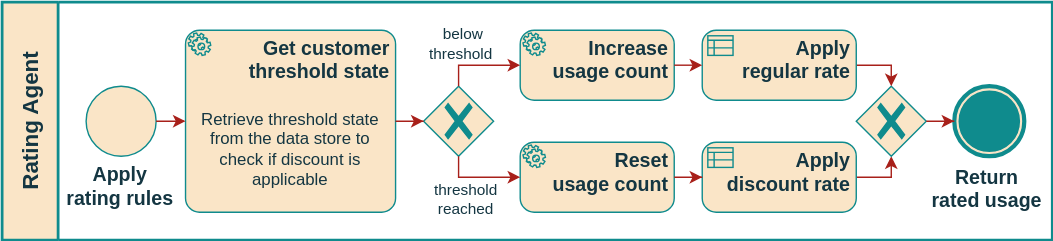
Before: src/USE-CASES/UC-03/bpmn.svg, a diagram exported from draw.io (distributed-it-for-telco/distributed-rating-doc). Source tidied: cells renumbered, new cells last; positions are measured from the earlier drawing's top-left corner, leaving out a move shared by most shapes. Its diagram source:
```xml
<mxGraphModel>
  <root>
    <mxCell id="0" />
    <mxCell id="1" parent="0" />
    <mxCell id="2" value="Rating Agent" style="swimlane;html=1;startSize=40;fontStyle=1;horizontal=0;swimlaneLine=1;swimlaneFillColor=#ffffff;strokeWidth=2;whiteSpace=wrap;fillColor=#FAE5C7;strokeColor=#0F8B8D;fontSize=16;fontColor=#143642;labelBackgroundColor=none;" parent="1" vertex="1">
      <mxGeometry width="750" height="170" as="geometry" />
    </mxCell>
    <mxCell id="3" value="Get customer&lt;br&gt;threshold&amp;nbsp;state" style="points=[[0.25,0,0],[0.5,0,0],[0.75,0,0],[1,0.25,0],[1,0.5,0],[1,0.75,0],[0.75,1,0],[0.5,1,0],[0.25,1,0],[0,0.75,0],[0,0.5,0],[0,0.25,0]];shape=mxgraph.bpmn.task;whiteSpace=wrap;rectStyle=rounded;size=10;html=1;taskMarker=service;strokeColor=#0F8B8D;align=right;verticalAlign=top;spacingRight=2;spacingTop=-2;spacing=2;fontFamily=Helvetica;fontSize=14;fontColor=#143642;fillColor=#FAE5C7;fontStyle=1;labelBackgroundColor=none;bpmnShapeType=task;" parent="2" vertex="1">
      <mxGeometry x="131" y="20" width="150" height="130" as="geometry" />
    </mxCell>
    <mxCell id="4" value="Retrieve&amp;nbsp;threshold&amp;nbsp;state&lt;br&gt;from the data store to&lt;br&gt;check if discount is applicable" style="text;align=center;verticalAlign=middle;strokeColor=none;fillColor=none;fontColor=#143642;labelPosition=center;verticalLabelPosition=middle;overflow=width;comic=0;html=1;whiteSpace=wrap;spacing=2;spacingLeft=0;perimeterSpacing=1;fixedWidth=1;backgroundOutline=0;enumerate=0;fixDash=0;labelPadding=0;noLabel=0;shadow=0;spacingBottom=0;labelBackgroundColor=none;" parent="3" vertex="1">
      <mxGeometry y="40" width="150" height="90" as="geometry" />
    </mxCell>
    <mxCell id="5" value="Increase&lt;br&gt;usage count" style="points=[[0.25,0,0],[0.5,0,0],[0.75,0,0],[1,0.25,0],[1,0.5,0],[1,0.75,0],[0.75,1,0],[0.5,1,0],[0.25,1,0],[0,0.75,0],[0,0.5,0],[0,0.25,0]];shape=mxgraph.bpmn.task;whiteSpace=wrap;rectStyle=rounded;size=10;html=1;taskMarker=service;strokeColor=#0F8B8D;align=right;verticalAlign=top;spacingRight=2;spacingTop=-2;spacing=2;fontFamily=Helvetica;fontSize=14;fontColor=#143642;fillColor=#FAE5C7;fontStyle=1;labelBackgroundColor=none;bpmnShapeType=task;" parent="2" vertex="1">
      <mxGeometry x="370" y="20" width="110" height="50" as="geometry" />
    </mxCell>
    <mxCell id="6" style="points=[[0.25,0.25,0],[0.5,0,0],[0.75,0.25,0],[1,0.5,0],[0.75,0.75,0],[0.5,1,0],[0.25,0.75,0],[0,0.5,0]];shape=mxgraph.bpmn.gateway2;html=1;verticalLabelPosition=bottom;labelBackgroundColor=none;verticalAlign=top;align=center;perimeter=rhombusPerimeter;outlineConnect=0;outline=none;symbol=none;gwType=exclusive;strokeColor=#0F8B8D;fontColor=#143642;fillColor=#FAE5C7;" parent="2" vertex="1">
      <mxGeometry x="301" y="60" width="50" height="50" as="geometry" />
    </mxCell>
    <mxCell id="7" value="Reset&lt;br&gt;usage count" style="points=[[0.25,0,0],[0.5,0,0],[0.75,0,0],[1,0.25,0],[1,0.5,0],[1,0.75,0],[0.75,1,0],[0.5,1,0],[0.25,1,0],[0,0.75,0],[0,0.5,0],[0,0.25,0]];shape=mxgraph.bpmn.task;whiteSpace=wrap;rectStyle=rounded;size=10;html=1;taskMarker=service;strokeColor=#0F8B8D;align=right;verticalAlign=top;spacingRight=2;spacingTop=-2;spacing=2;fontFamily=Helvetica;fontSize=14;fontColor=#143642;fillColor=#FAE5C7;fontStyle=1;labelBackgroundColor=none;bpmnShapeType=task;" parent="2" vertex="1">
      <mxGeometry x="370" y="100" width="110" height="50" as="geometry" />
    </mxCell>
    <mxCell id="8" style="edgeStyle=orthogonalEdgeStyle;rounded=0;jettySize=auto;html=1;strokeColor=#A8201A;fontColor=default;fillColor=#FAE5C7;exitX=1;exitY=0.5;exitDx=0;exitDy=0;exitPerimeter=0;entryX=0.5;entryY=1;entryDx=0;entryDy=0;entryPerimeter=0;labelBackgroundColor=none;" parent="2" edge="1" source="9" target="14">
      <mxGeometry relative="1" as="geometry" />
    </mxCell>
    <mxCell id="9" value="Apply&lt;br&gt;discount rate" style="points=[[0.25,0,0],[0.5,0,0],[0.75,0,0],[1,0.25,0],[1,0.5,0],[1,0.75,0],[0.75,1,0],[0.5,1,0],[0.25,1,0],[0,0.75,0],[0,0.5,0],[0,0.25,0]];shape=mxgraph.bpmn.task;whiteSpace=wrap;rectStyle=rounded;size=10;html=1;taskMarker=businessRule;strokeColor=#0F8B8D;align=right;verticalAlign=top;spacingRight=2;spacingTop=-2;spacing=2;fontFamily=Helvetica;fontSize=14;fontColor=#143642;fillColor=#FAE5C7;fontStyle=1;labelBackgroundColor=none;bpmnShapeType=task;" parent="2" vertex="1">
      <mxGeometry x="500" y="100" width="110" height="50" as="geometry" />
    </mxCell>
    <mxCell id="10" style="rounded=0;jettySize=auto;html=1;strokeColor=#A8201A;fontColor=default;fillColor=#FAE5C7;exitX=0.5;exitY=0;exitDx=0;exitDy=0;exitPerimeter=0;entryX=0;entryY=0.5;entryDx=0;entryDy=0;entryPerimeter=0;edgeStyle=orthogonalEdgeStyle;elbow=vertical;labelBackgroundColor=none;" parent="2" edge="1" source="6" target="5">
      <mxGeometry relative="1" as="geometry">
        <Array as="points">
          <mxPoint x="326" y="45" />
        </Array>
      </mxGeometry>
    </mxCell>
    <mxCell id="11" value="below&lt;br&gt;threshold&amp;nbsp;" style="edgeLabel;html=1;align=center;verticalAlign=middle;fontColor=#143642;labelBackgroundColor=none;" parent="10" vertex="1">
      <mxGeometry x="0.03" y="1" relative="1" as="geometry">
        <mxPoint x="-13" y="-15" as="offset" />
      </mxGeometry>
    </mxCell>
    <mxCell id="12" style="rounded=0;jettySize=auto;html=1;entryX=0;entryY=0.5;entryDx=0;entryDy=0;entryPerimeter=0;strokeColor=#A8201A;fontColor=default;fillColor=#FAE5C7;labelBackgroundColor=none;exitX=0.5;exitY=1;exitDx=0;exitDy=0;exitPerimeter=0;edgeStyle=orthogonalEdgeStyle;" parent="2" edge="1" source="6" target="7">
      <mxGeometry relative="1" as="geometry">
        <Array as="points">
          <mxPoint x="326" y="125" />
        </Array>
      </mxGeometry>
    </mxCell>
    <mxCell id="13" value="threshold&lt;br&gt;reached" style="edgeLabel;html=1;align=center;verticalAlign=middle;fontColor=#143642;labelBackgroundColor=none;" parent="12" vertex="1">
      <mxGeometry x="0.31" y="1" relative="1" as="geometry">
        <mxPoint x="-20" y="16" as="offset" />
      </mxGeometry>
    </mxCell>
    <mxCell id="14" style="points=[[0.25,0.25,0],[0.5,0,0],[0.75,0.25,0],[1,0.5,0],[0.75,0.75,0],[0.5,1,0],[0.25,0.75,0],[0,0.5,0]];shape=mxgraph.bpmn.gateway2;html=1;verticalLabelPosition=bottom;labelBackgroundColor=none;verticalAlign=top;align=center;perimeter=rhombusPerimeter;outlineConnect=0;outline=standard;symbol=general;gwType=exclusive;strokeColor=#0F8B8D;fontColor=#143642;fillColor=#FAE5C7;" parent="2" vertex="1">
      <mxGeometry x="610" y="60" width="50" height="50" as="geometry" />
    </mxCell>
    <mxCell id="15" style="edgeStyle=orthogonalEdgeStyle;rounded=0;jettySize=auto;html=1;entryX=0.5;entryY=0;entryDx=0;entryDy=0;entryPerimeter=0;strokeColor=#A8201A;fontColor=default;fillColor=#FAE5C7;exitX=1;exitY=0.5;exitDx=0;exitDy=0;exitPerimeter=0;labelBackgroundColor=none;" parent="2" edge="1" source="22" target="14">
      <mxGeometry relative="1" as="geometry" />
    </mxCell>
    <mxCell id="16" value="&lt;div style=&quot;&quot;&gt;Apply&lt;br&gt;rating rules&lt;/div&gt;" style="points=[[0.145,0.145,0],[0.5,0,0],[0.855,0.145,0],[1,0.5,0],[0.855,0.855,0],[0.5,1,0],[0.145,0.855,0],[0,0.5,0]];shape=mxgraph.bpmn.event;html=1;verticalLabelPosition=bottom;labelBackgroundColor=none;verticalAlign=top;align=center;perimeter=ellipsePerimeter;outlineConnect=0;outline=eventInt;symbol=general;strokeColor=#0F8B8D;spacingRight=2;spacingTop=-2;spacing=2;fontFamily=Helvetica;fontSize=14;fontColor=#143642;fillColor=#FAE5C7;fontStyle=1;" parent="2" vertex="1">
      <mxGeometry x="60" y="60" width="50" height="50" as="geometry" />
    </mxCell>
    <mxCell id="17" value="Return&lt;br&gt;rated usage" style="points=[[0.145,0.145,0],[0.5,0,0],[0.855,0.145,0],[1,0.5,0],[0.855,0.855,0],[0.5,1,0],[0.145,0.855,0],[0,0.5,0]];shape=mxgraph.bpmn.event;html=1;verticalLabelPosition=bottom;labelBackgroundColor=none;verticalAlign=top;align=center;perimeter=ellipsePerimeter;outlineConnect=0;outline=end;symbol=terminate;strokeColor=#0F8B8D;spacingRight=4;spacingTop=0;spacing=2;fontFamily=Helvetica;fontSize=14;fontColor=#143642;fillColor=#FAE5C7;fontStyle=1;labelPosition=center;spacingLeft=0;" parent="2" vertex="1">
      <mxGeometry x="680" y="60" width="50" height="50" as="geometry" />
    </mxCell>
    <mxCell id="18" style="edgeStyle=orthogonalEdgeStyle;rounded=0;jettySize=auto;html=1;entryX=0;entryY=0.5;entryDx=0;entryDy=0;entryPerimeter=0;labelBackgroundColor=none;strokeColor=#A8201A;fontColor=default;" parent="2" edge="1" source="16" target="3">
      <mxGeometry relative="1" as="geometry" />
    </mxCell>
    <mxCell id="19" style="edgeStyle=orthogonalEdgeStyle;rounded=0;jettySize=auto;html=1;entryX=0;entryY=0.5;entryDx=0;entryDy=0;entryPerimeter=0;strokeColor=#A8201A;fontColor=#143642;fillColor=#FAE5C7;" parent="2" edge="1" source="14" target="17">
      <mxGeometry relative="1" as="geometry" />
    </mxCell>
    <mxCell id="20" style="edgeStyle=orthogonalEdgeStyle;rounded=0;jettySize=auto;html=1;entryX=0;entryY=0.5;entryDx=0;entryDy=0;entryPerimeter=0;strokeColor=#A8201A;fontColor=#143642;fillColor=#FAE5C7;" parent="2" edge="1" source="3" target="6">
      <mxGeometry relative="1" as="geometry" />
    </mxCell>
    <mxCell id="21" style="edgeStyle=orthogonalEdgeStyle;rounded=0;jettySize=auto;html=1;entryX=0;entryY=0.5;entryDx=0;entryDy=0;entryPerimeter=0;strokeColor=#A8201A;fontColor=#143642;fillColor=#FAE5C7;" parent="2" edge="1" source="7" target="9">
      <mxGeometry relative="1" as="geometry" />
    </mxCell>
    <mxCell id="22" value="Apply&lt;br&gt;regular rate" style="points=[[0.25,0,0],[0.5,0,0],[0.75,0,0],[1,0.25,0],[1,0.5,0],[1,0.75,0],[0.75,1,0],[0.5,1,0],[0.25,1,0],[0,0.75,0],[0,0.5,0],[0,0.25,0]];shape=mxgraph.bpmn.task;whiteSpace=wrap;rectStyle=rounded;size=10;html=1;taskMarker=businessRule;strokeColor=#0F8B8D;align=right;verticalAlign=top;spacingRight=2;spacingTop=-2;spacing=2;fontFamily=Helvetica;fontSize=14;fontColor=#143642;fillColor=#FAE5C7;fontStyle=1;labelBackgroundColor=none;bpmnShapeType=task;" parent="2" vertex="1">
      <mxGeometry x="500" y="20" width="110" height="50" as="geometry" />
    </mxCell>
    <mxCell id="23" style="edgeStyle=orthogonalEdgeStyle;rounded=0;jettySize=auto;html=1;entryX=0;entryY=0.5;entryDx=0;entryDy=0;entryPerimeter=0;strokeColor=#A8201A;fontColor=default;fillColor=#FAE5C7;exitX=1;exitY=0.5;exitDx=0;exitDy=0;exitPerimeter=0;labelBackgroundColor=none;" parent="2" edge="1" source="5" target="22">
      <mxGeometry relative="1" as="geometry" />
    </mxCell>
  </root>
</mxGraphModel>
```
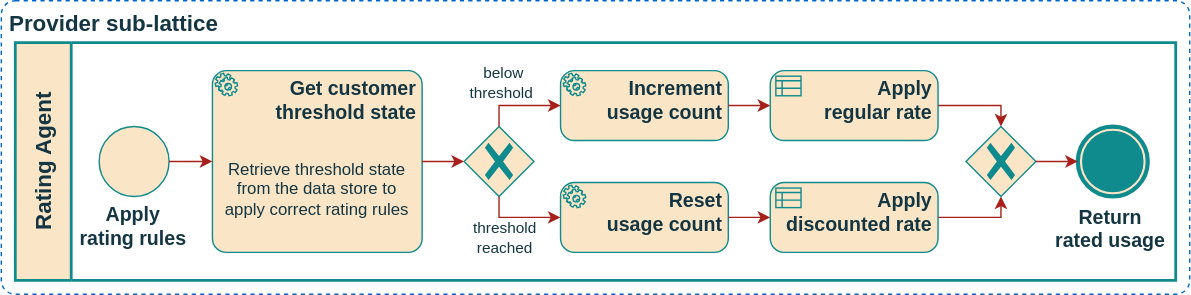
After the change.

Change to the diagram source:
```diff
@@ -2,34 +2,41 @@
   <root>
     <mxCell id="0" />
     <mxCell id="1" parent="0" />
+    <mxCell id="24" value="Provider sub-lattice" style="rounded=1;whiteSpace=wrap;html=1;strokeColor=#0066CC;fontColor=#143642;fillColor=default;dashed=1;absoluteArcSize=1;strokeWidth=1;fontStyle=1;align=left;verticalAlign=top;fontSize=16;spacingLeft=4;labelBackgroundColor=none;" parent="1" vertex="1">
+      <mxGeometry x="-10" y="-30" width="850" height="210" as="geometry" />
+    </mxCell>
     <mxCell id="2" value="Rating Agent" style="swimlane;html=1;startSize=40;fontStyle=1;horizontal=0;swimlaneLine=1;swimlaneFillColor=#ffffff;strokeWidth=2;whiteSpace=wrap;fillColor=#FAE5C7;strokeColor=#0F8B8D;fontSize=16;fontColor=#143642;labelBackgroundColor=none;" parent="1" vertex="1">
-      <mxGeometry width="750" height="170" as="geometry" />
+      <mxGeometry width="830" height="170" as="geometry" />
     </mxCell>
     <mxCell id="3" value="Get customer&lt;br&gt;threshold&amp;nbsp;state" style="points=[[0.25,0,0],[0.5,0,0],[0.75,0,0],[1,0.25,0],[1,0.5,0],[1,0.75,0],[0.75,1,0],[0.5,1,0],[0.25,1,0],[0,0.75,0],[0,0.5,0],[0,0.25,0]];shape=mxgraph.bpmn.task;whiteSpace=wrap;rectStyle=rounded;size=10;html=1;taskMarker=service;strokeColor=#0F8B8D;align=right;verticalAlign=top;spacingRight=2;spacingTop=-2;spacing=2;fontFamily=Helvetica;fontSize=14;fontColor=#143642;fillColor=#FAE5C7;fontStyle=1;labelBackgroundColor=none;bpmnShapeType=task;" parent="2" vertex="1">
-      <mxGeometry x="131" y="20" width="150" height="130" as="geometry" />
+      <mxGeometry x="141" y="20" width="150" height="130" as="geometry" />
     </mxCell>
-    <mxCell id="4" value="Retrieve&amp;nbsp;threshold&amp;nbsp;state&lt;br&gt;from the data store to&lt;br&gt;check if discount is applicable" style="text;align=center;verticalAlign=middle;strokeColor=none;fillColor=none;fontColor=#143642;labelPosition=center;verticalLabelPosition=middle;overflow=width;comic=0;html=1;whiteSpace=wrap;spacing=2;spacingLeft=0;perimeterSpacing=1;fixedWidth=1;backgroundOutline=0;enumerate=0;fixDash=0;labelPadding=0;noLabel=0;shadow=0;spacingBottom=0;labelBackgroundColor=none;" parent="3" vertex="1">
+    <mxCell id="4" value="Retrieve&amp;nbsp;threshold&amp;nbsp;state&lt;br&gt;from the data store to&lt;br style=&quot;border-color: var(--border-color);&quot;&gt;apply correct rating rules" style="text;align=center;verticalAlign=middle;strokeColor=none;fillColor=none;fontColor=#143642;labelPosition=center;verticalLabelPosition=middle;overflow=width;comic=0;html=1;whiteSpace=wrap;spacing=2;spacingLeft=0;perimeterSpacing=1;fixedWidth=1;backgroundOutline=0;enumerate=0;fixDash=0;labelPadding=0;noLabel=0;shadow=0;spacingBottom=0;labelBackgroundColor=none;" parent="3" vertex="1">
       <mxGeometry y="40" width="150" height="90" as="geometry" />
     </mxCell>
-    <mxCell id="5" value="Increase&lt;br&gt;usage count" style="points=[[0.25,0,0],[0.5,0,0],[0.75,0,0],[1,0.25,0],[1,0.5,0],[1,0.75,0],[0.75,1,0],[0.5,1,0],[0.25,1,0],[0,0.75,0],[0,0.5,0],[0,0.25,0]];shape=mxgraph.bpmn.task;whiteSpace=wrap;rectStyle=rounded;size=10;html=1;taskMarker=service;strokeColor=#0F8B8D;align=right;verticalAlign=top;spacingRight=2;spacingTop=-2;spacing=2;fontFamily=Helvetica;fontSize=14;fontColor=#143642;fillColor=#FAE5C7;fontStyle=1;labelBackgroundColor=none;bpmnShapeType=task;" parent="2" vertex="1">
-      <mxGeometry x="370" y="20" width="110" height="50" as="geometry" />
+    <mxCell id="5" value="Increment&lt;br&gt;usage count" style="points=[[0.25,0,0],[0.5,0,0],[0.75,0,0],[1,0.25,0],[1,0.5,0],[1,0.75,0],[0.75,1,0],[0.5,1,0],[0.25,1,0],[0,0.75,0],[0,0.5,0],[0,0.25,0]];shape=mxgraph.bpmn.task;whiteSpace=wrap;rectStyle=rounded;size=10;html=1;taskMarker=service;strokeColor=#0F8B8D;align=right;verticalAlign=top;spacingRight=2;spacingTop=-2;spacing=2;fontFamily=Helvetica;fontSize=14;fontColor=#143642;fillColor=#FAE5C7;fontStyle=1;labelBackgroundColor=none;bpmnShapeType=task;" parent="2" vertex="1">
+      <mxGeometry x="390" y="20" width="120" height="50" as="geometry" />
     </mxCell>
     <mxCell id="6" style="points=[[0.25,0.25,0],[0.5,0,0],[0.75,0.25,0],[1,0.5,0],[0.75,0.75,0],[0.5,1,0],[0.25,0.75,0],[0,0.5,0]];shape=mxgraph.bpmn.gateway2;html=1;verticalLabelPosition=bottom;labelBackgroundColor=none;verticalAlign=top;align=center;perimeter=rhombusPerimeter;outlineConnect=0;outline=none;symbol=none;gwType=exclusive;strokeColor=#0F8B8D;fontColor=#143642;fillColor=#FAE5C7;" parent="2" vertex="1">
-      <mxGeometry x="301" y="60" width="50" height="50" as="geometry" />
+      <mxGeometry x="321" y="60" width="50" height="50" as="geometry" />
     </mxCell>
     <mxCell id="7" value="Reset&lt;br&gt;usage count" style="points=[[0.25,0,0],[0.5,0,0],[0.75,0,0],[1,0.25,0],[1,0.5,0],[1,0.75,0],[0.75,1,0],[0.5,1,0],[0.25,1,0],[0,0.75,0],[0,0.5,0],[0,0.25,0]];shape=mxgraph.bpmn.task;whiteSpace=wrap;rectStyle=rounded;size=10;html=1;taskMarker=service;strokeColor=#0F8B8D;align=right;verticalAlign=top;spacingRight=2;spacingTop=-2;spacing=2;fontFamily=Helvetica;fontSize=14;fontColor=#143642;fillColor=#FAE5C7;fontStyle=1;labelBackgroundColor=none;bpmnShapeType=task;" parent="2" vertex="1">
-      <mxGeometry x="370" y="100" width="110" height="50" as="geometry" />
+      <mxGeometry x="390" y="100" width="120" height="50" as="geometry" />
     </mxCell>
     <mxCell id="8" style="edgeStyle=orthogonalEdgeStyle;rounded=0;jettySize=auto;html=1;strokeColor=#A8201A;fontColor=default;fillColor=#FAE5C7;exitX=1;exitY=0.5;exitDx=0;exitDy=0;exitPerimeter=0;entryX=0.5;entryY=1;entryDx=0;entryDy=0;entryPerimeter=0;labelBackgroundColor=none;" parent="2" edge="1" source="9" target="14">
-      <mxGeometry relative="1" as="geometry" />
+      <mxGeometry relative="1" as="geometry">
+        <Array as="points">
+          <mxPoint x="705" y="125" />
+        </Array>
+      </mxGeometry>
     </mxCell>
-    <mxCell id="9" value="Apply&lt;br&gt;discount rate" style="points=[[0.25,0,0],[0.5,0,0],[0.75,0,0],[1,0.25,0],[1,0.5,0],[1,0.75,0],[0.75,1,0],[0.5,1,0],[0.25,1,0],[0,0.75,0],[0,0.5,0],[0,0.25,0]];shape=mxgraph.bpmn.task;whiteSpace=wrap;rectStyle=rounded;size=10;html=1;taskMarker=businessRule;strokeColor=#0F8B8D;align=right;verticalAlign=top;spacingRight=2;spacingTop=-2;spacing=2;fontFamily=Helvetica;fontSize=14;fontColor=#143642;fillColor=#FAE5C7;fontStyle=1;labelBackgroundColor=none;bpmnShapeType=task;" parent="2" vertex="1">
-      <mxGeometry x="500" y="100" width="110" height="50" as="geometry" />
+    <mxCell id="9" value="Apply&lt;br&gt;discounted rate" style="points=[[0.25,0,0],[0.5,0,0],[0.75,0,0],[1,0.25,0],[1,0.5,0],[1,0.75,0],[0.75,1,0],[0.5,1,0],[0.25,1,0],[0,0.75,0],[0,0.5,0],[0,0.25,0]];shape=mxgraph.bpmn.task;whiteSpace=wrap;rectStyle=rounded;size=10;html=1;taskMarker=businessRule;strokeColor=#0F8B8D;align=right;verticalAlign=top;spacingRight=2;spacingTop=-2;spacing=2;fontFamily=Helvetica;fontSize=14;fontColor=#143642;fillColor=#FAE5C7;fontStyle=1;labelBackgroundColor=none;bpmnShapeType=task;" parent="2" vertex="1">
+      <mxGeometry x="540" y="100" width="120" height="50" as="geometry" />
     </mxCell>
     <mxCell id="10" style="rounded=0;jettySize=auto;html=1;strokeColor=#A8201A;fontColor=default;fillColor=#FAE5C7;exitX=0.5;exitY=0;exitDx=0;exitDy=0;exitPerimeter=0;entryX=0;entryY=0.5;entryDx=0;entryDy=0;entryPerimeter=0;edgeStyle=orthogonalEdgeStyle;elbow=vertical;labelBackgroundColor=none;" parent="2" edge="1" source="6" target="5">
       <mxGeometry relative="1" as="geometry">
         <Array as="points">
-          <mxPoint x="326" y="45" />
+          <mxPoint x="346" y="45" />
         </Array>
       </mxGeometry>
     </mxCell>
@@ -41,7 +48,7 @@
     <mxCell id="12" style="rounded=0;jettySize=auto;html=1;entryX=0;entryY=0.5;entryDx=0;entryDy=0;entryPerimeter=0;strokeColor=#A8201A;fontColor=default;fillColor=#FAE5C7;labelBackgroundColor=none;exitX=0.5;exitY=1;exitDx=0;exitDy=0;exitPerimeter=0;edgeStyle=orthogonalEdgeStyle;" parent="2" edge="1" source="6" target="7">
       <mxGeometry relative="1" as="geometry">
         <Array as="points">
-          <mxPoint x="326" y="125" />
+          <mxPoint x="346" y="125" />
         </Array>
       </mxGeometry>
     </mxCell>
@@ -51,16 +58,20 @@
       </mxGeometry>
     </mxCell>
     <mxCell id="14" style="points=[[0.25,0.25,0],[0.5,0,0],[0.75,0.25,0],[1,0.5,0],[0.75,0.75,0],[0.5,1,0],[0.25,0.75,0],[0,0.5,0]];shape=mxgraph.bpmn.gateway2;html=1;verticalLabelPosition=bottom;labelBackgroundColor=none;verticalAlign=top;align=center;perimeter=rhombusPerimeter;outlineConnect=0;outline=standard;symbol=general;gwType=exclusive;strokeColor=#0F8B8D;fontColor=#143642;fillColor=#FAE5C7;" parent="2" vertex="1">
-      <mxGeometry x="610" y="60" width="50" height="50" as="geometry" />
+      <mxGeometry x="680" y="60" width="50" height="50" as="geometry" />
     </mxCell>
     <mxCell id="15" style="edgeStyle=orthogonalEdgeStyle;rounded=0;jettySize=auto;html=1;entryX=0.5;entryY=0;entryDx=0;entryDy=0;entryPerimeter=0;strokeColor=#A8201A;fontColor=default;fillColor=#FAE5C7;exitX=1;exitY=0.5;exitDx=0;exitDy=0;exitPerimeter=0;labelBackgroundColor=none;" parent="2" edge="1" source="22" target="14">
-      <mxGeometry relative="1" as="geometry" />
+      <mxGeometry relative="1" as="geometry">
+        <Array as="points">
+          <mxPoint x="705" y="45" />
+        </Array>
+      </mxGeometry>
     </mxCell>
     <mxCell id="16" value="&lt;div style=&quot;&quot;&gt;Apply&lt;br&gt;rating rules&lt;/div&gt;" style="points=[[0.145,0.145,0],[0.5,0,0],[0.855,0.145,0],[1,0.5,0],[0.855,0.855,0],[0.5,1,0],[0.145,0.855,0],[0,0.5,0]];shape=mxgraph.bpmn.event;html=1;verticalLabelPosition=bottom;labelBackgroundColor=none;verticalAlign=top;align=center;perimeter=ellipsePerimeter;outlineConnect=0;outline=eventInt;symbol=general;strokeColor=#0F8B8D;spacingRight=2;spacingTop=-2;spacing=2;fontFamily=Helvetica;fontSize=14;fontColor=#143642;fillColor=#FAE5C7;fontStyle=1;" parent="2" vertex="1">
       <mxGeometry x="60" y="60" width="50" height="50" as="geometry" />
     </mxCell>
     <mxCell id="17" value="Return&lt;br&gt;rated usage" style="points=[[0.145,0.145,0],[0.5,0,0],[0.855,0.145,0],[1,0.5,0],[0.855,0.855,0],[0.5,1,0],[0.145,0.855,0],[0,0.5,0]];shape=mxgraph.bpmn.event;html=1;verticalLabelPosition=bottom;labelBackgroundColor=none;verticalAlign=top;align=center;perimeter=ellipsePerimeter;outlineConnect=0;outline=end;symbol=terminate;strokeColor=#0F8B8D;spacingRight=4;spacingTop=0;spacing=2;fontFamily=Helvetica;fontSize=14;fontColor=#143642;fillColor=#FAE5C7;fontStyle=1;labelPosition=center;spacingLeft=0;" parent="2" vertex="1">
-      <mxGeometry x="680" y="60" width="50" height="50" as="geometry" />
+      <mxGeometry x="760" y="60" width="50" height="50" as="geometry" />
     </mxCell>
     <mxCell id="18" style="edgeStyle=orthogonalEdgeStyle;rounded=0;jettySize=auto;html=1;entryX=0;entryY=0.5;entryDx=0;entryDy=0;entryPerimeter=0;labelBackgroundColor=none;strokeColor=#A8201A;fontColor=default;" parent="2" edge="1" source="16" target="3">
       <mxGeometry relative="1" as="geometry" />
@@ -75,7 +86,7 @@
       <mxGeometry relative="1" as="geometry" />
     </mxCell>
     <mxCell id="22" value="Apply&lt;br&gt;regular rate" style="points=[[0.25,0,0],[0.5,0,0],[0.75,0,0],[1,0.25,0],[1,0.5,0],[1,0.75,0],[0.75,1,0],[0.5,1,0],[0.25,1,0],[0,0.75,0],[0,0.5,0],[0,0.25,0]];shape=mxgraph.bpmn.task;whiteSpace=wrap;rectStyle=rounded;size=10;html=1;taskMarker=businessRule;strokeColor=#0F8B8D;align=right;verticalAlign=top;spacingRight=2;spacingTop=-2;spacing=2;fontFamily=Helvetica;fontSize=14;fontColor=#143642;fillColor=#FAE5C7;fontStyle=1;labelBackgroundColor=none;bpmnShapeType=task;" parent="2" vertex="1">
-      <mxGeometry x="500" y="20" width="110" height="50" as="geometry" />
+      <mxGeometry x="540" y="20" width="120" height="50" as="geometry" />
     </mxCell>
     <mxCell id="23" style="edgeStyle=orthogonalEdgeStyle;rounded=0;jettySize=auto;html=1;entryX=0;entryY=0.5;entryDx=0;entryDy=0;entryPerimeter=0;strokeColor=#A8201A;fontColor=default;fillColor=#FAE5C7;exitX=1;exitY=0.5;exitDx=0;exitDy=0;exitPerimeter=0;labelBackgroundColor=none;" parent="2" edge="1" source="5" target="22">
       <mxGeometry relative="1" as="geometry" />
```
